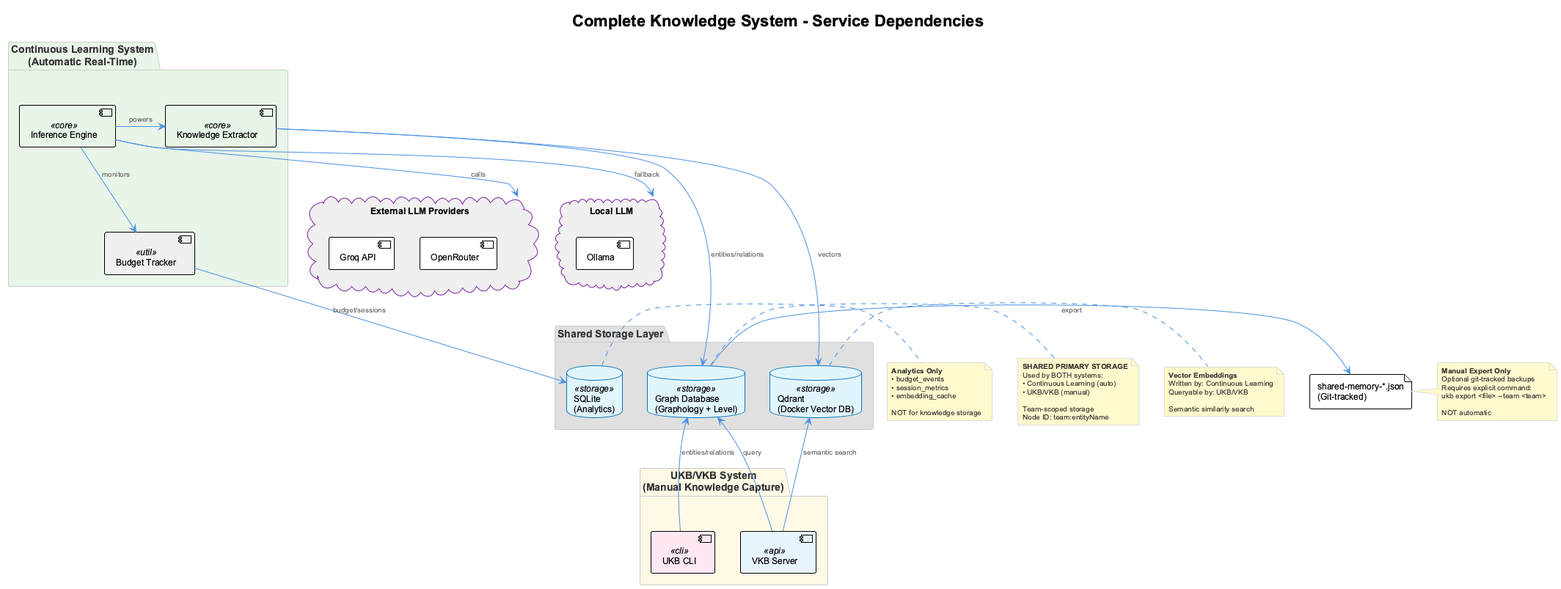
Before: docs/images/complete-knowledge-system-dependencies.png, a diagram exported from PlantUML (fwornle/coding). Source of this version:
```plantuml
@startuml
!include _standard-style.puml

title Complete Knowledge System - Service Dependencies

top to bottom direction

package "Continuous Learning System\n(Automatic Real-Time)" as cls #E8F5E8 {
  [Inference Engine] <<core>>
  [Budget Tracker] <<util>>
  [Knowledge Extractor] <<core>>
}

package "UKB/VKB System\n(Manual Knowledge Capture)" as ukb #FFF9E6 {
  [UKB CLI] <<cli>>
  [VKB Server] <<api>>
}

package "Shared Storage Layer" as storage #E0E0E0 {
  database "Graph Database\n(Graphology + Level)" as graphdb <<storage>>
  database "Qdrant\n(Docker Vector DB)" as qdrant <<storage>>
  database "SQLite\n(Analytics)" as sqlite <<storage>>
}

cloud "External LLM Providers" as llm #F0F0F0 {
  [Groq API]
  [OpenRouter]
}

cloud "Local LLM" as local #F0F0F0 {
  [Ollama]
}

file "shared-memory-*.json\n(Git-tracked)" as json

[Inference Engine] -down-> [Budget Tracker] : monitors
[Inference Engine] -right-> [Knowledge Extractor] : powers
[Inference Engine] -down-> llm : calls
[Inference Engine] -down-> local : fallback

[Knowledge Extractor] -down-> graphdb : entities/relations
[Knowledge Extractor] -down-> qdrant : vectors
[Budget Tracker] -down-> sqlite : budget/sessions

[UKB CLI] -down-> graphdb : entities/relations
[VKB Server] -up-> graphdb : query
[VKB Server] -up-> qdrant : semantic search

graphdb -right-> json : export

note right of graphdb
  **SHARED PRIMARY STORAGE**
  Used by BOTH systems:
  • Continuous Learning (auto)
  • UKB/VKB (manual)

  Team-scoped storage
  Node ID: team:entityName
end note

note right of qdrant
  **Vector Embeddings**
  Written by: Continuous Learning
  Queryable by: UKB/VKB

  Semantic similarity search
end note

note right of sqlite
  **Analytics Only**
  • budget_events
  • session_metrics
  • embedding_cache

  NOT for knowledge storage
end note

note right of json
  **Manual Export Only**
  Optional git-tracked backups
  Requires explicit command:
  ukb export <file> --team <team>

  NOT automatic
end note

@enduml
```
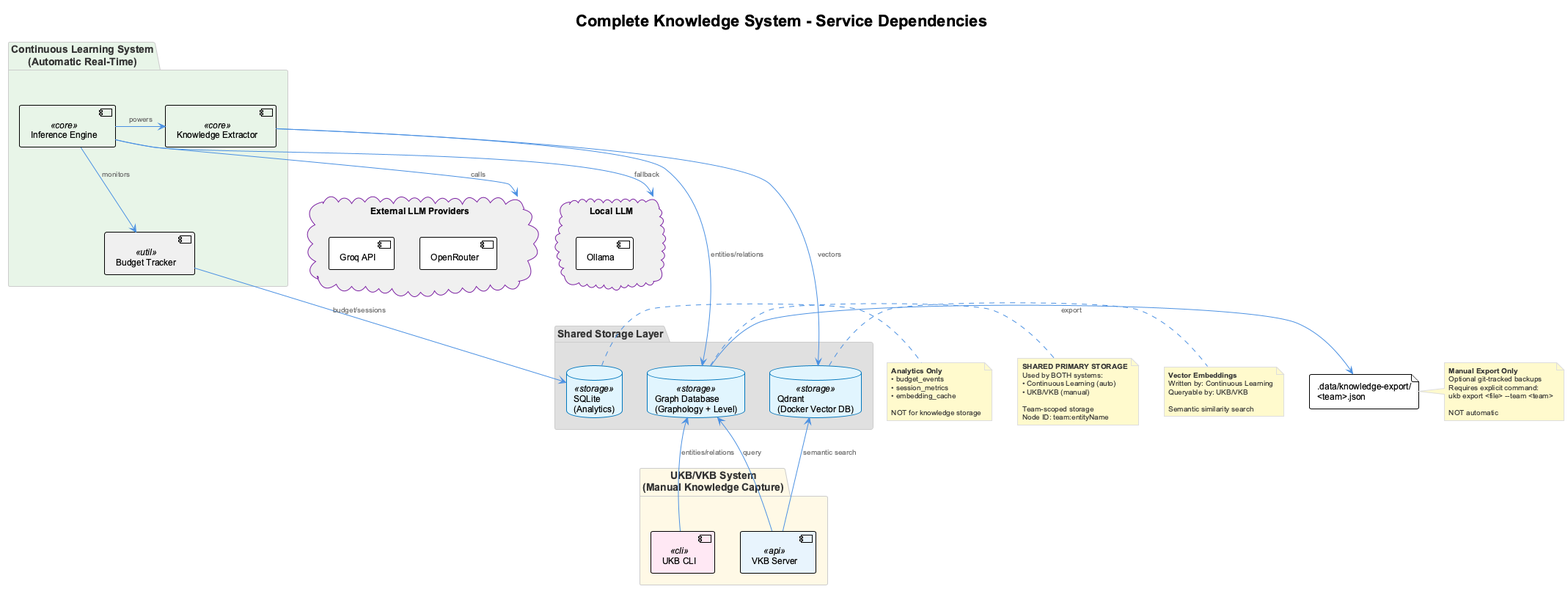
The same diagram one commit later.

What changed in the source:
```diff
@@ -31,7 +31,7 @@
   [Ollama]
 }
 
-file "shared-memory-*.json\n(Git-tracked)" as json
+file ".data/knowledge-export/\n<team>.json" as json
 
 [Inference Engine] -down-> [Budget Tracker] : monitors
 [Inference Engine] -right-> [Knowledge Extractor] : powers
```
